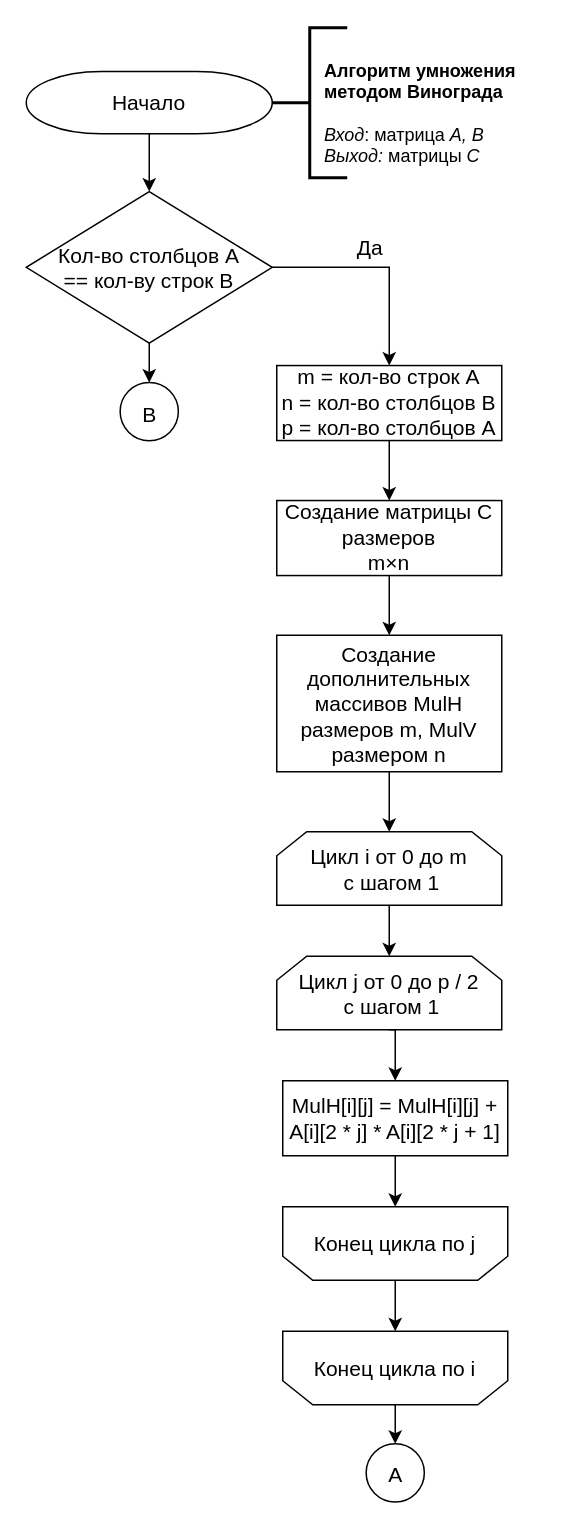
mshsvnv/AlgorithmAnalysis keeps this draw.io diagram as page "Алгоритм Винограда ч.1" (2 of 6) of lab_02/report/schemes/algorithms.drawio. Above is the earlier version. Source tidied: cells renumbered, new cells numbered last; positions are measured from the earlier drawing's top-left corner, leaving out a move shared by most shapes. Both pictures are drawn from the tidied source at 150%, with x=0, y=0 at pixel (26, 27).
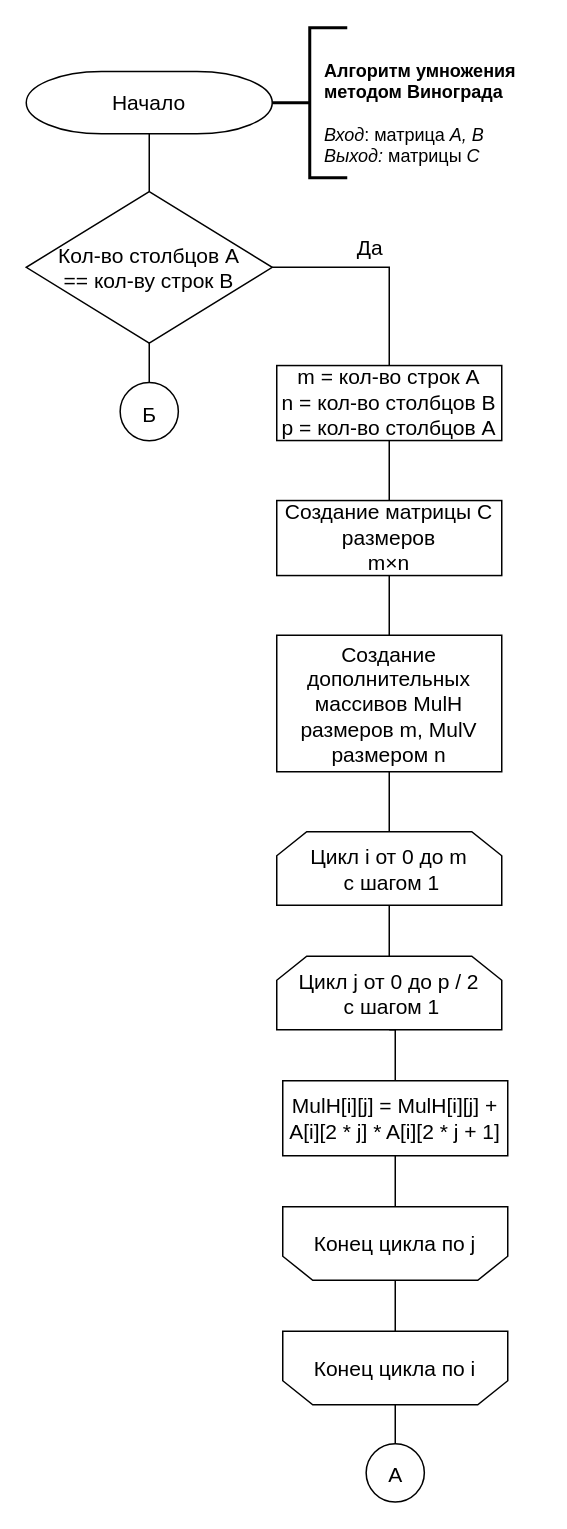
The same diagram, later.

The change refers to these unchanged cells:
```xml
<mxCell id="6" value="&lt;font style=&quot;font-size: 14px;&quot;&gt;Кол-во столбцов A &lt;br&gt;== кол-ву строк B&lt;/font&gt;" style="strokeWidth=1;html=1;shape=mxgraph.flowchart.decision;whiteSpace=wrap;rounded=0;fontSize=11;" parent="1" vertex="1">
  <mxGeometry y="109.2" width="164" height="101" as="geometry" />
</mxCell>
<mxCell id="8" value="&lt;font style=&quot;font-size: 14px;&quot;&gt;Начало&lt;/font&gt;" style="strokeWidth=1;html=1;shape=mxgraph.flowchart.terminator;whiteSpace=wrap;" parent="1" vertex="1">
  <mxGeometry y="29.2" width="164" height="41.5" as="geometry" />
</mxCell>
<mxCell id="10" value="&lt;font style=&quot;font-size: 14px;&quot;&gt;Создание матрицы С размеров &lt;br&gt;m×n&lt;br&gt;&lt;/font&gt;" style="rounded=0;whiteSpace=wrap;html=1;absoluteArcSize=1;arcSize=14;strokeWidth=1;" parent="1" vertex="1">
  <mxGeometry x="167" y="315.2" width="150" height="50" as="geometry" />
</mxCell>
<mxCell id="13" value="&lt;font style=&quot;font-size: 14px;&quot;&gt;m = кол-во строк A&lt;br&gt;n = кол-во столбцов B&lt;br&gt;p = кол-во столбцов A&lt;br&gt;&lt;/font&gt;" style="rounded=0;whiteSpace=wrap;html=1;absoluteArcSize=1;arcSize=14;strokeWidth=1;" parent="1" vertex="1">
  <mxGeometry x="167" y="225.2" width="150" height="50" as="geometry" />
</mxCell>
<mxCell id="15" value="&lt;font style=&quot;font-size: 14px;&quot;&gt;Создание дополнительных массивов MulH размеров m, MulV размером n&lt;br&gt;&lt;/font&gt;" style="rounded=0;whiteSpace=wrap;html=1;absoluteArcSize=1;arcSize=14;strokeWidth=1;" parent="1" vertex="1">
  <mxGeometry x="167" y="405" width="150" height="91" as="geometry" />
</mxCell>
<mxCell id="17" value="&lt;font style=&quot;font-size: 14px;&quot;&gt;Цикл i от 0 до m&lt;br&gt;&amp;nbsp;с шагом 1&lt;br&gt;&lt;/font&gt;" style="shape=loopLimit;whiteSpace=wrap;html=1;" parent="1" vertex="1">
  <mxGeometry x="167" y="536" width="150" height="49" as="geometry" />
</mxCell>
<mxCell id="19" value="&lt;font style=&quot;font-size: 14px;&quot;&gt;Цикл j от 0 до p / 2&lt;br&gt;&amp;nbsp;с шагом 1&lt;br&gt;&lt;/font&gt;" style="shape=loopLimit;whiteSpace=wrap;html=1;" parent="1" vertex="1">
  <mxGeometry x="167" y="619" width="150" height="49" as="geometry" />
</mxCell>
<mxCell id="21" value="&lt;font style=&quot;font-size: 14px;&quot;&gt;&amp;nbsp;MulH[i][j] = MulH[i][j] +&amp;nbsp;&lt;br&gt;A[i][2 * j] * A[i][2 * j + 1]&lt;/font&gt;" style="rounded=0;whiteSpace=wrap;html=1;absoluteArcSize=1;arcSize=14;strokeWidth=1;" parent="1" vertex="1">
  <mxGeometry x="171" y="702" width="150" height="50" as="geometry" />
</mxCell>
<mxCell id="23" value="&lt;font style=&quot;font-size: 14px;&quot;&gt;Конец цикла по j&lt;/font&gt;" style="shape=loopLimit;whiteSpace=wrap;html=1;flipV=1;" parent="1" vertex="1">
  <mxGeometry x="171" y="786" width="150" height="49" as="geometry" />
</mxCell>
<mxCell id="25" value="&lt;font style=&quot;font-size: 14px;&quot;&gt;Конец цикла по i&lt;/font&gt;" style="shape=loopLimit;whiteSpace=wrap;html=1;flipV=1;" parent="1" vertex="1">
  <mxGeometry x="171" y="869" width="150" height="49" as="geometry" />
</mxCell>
<mxCell id="27" value="&lt;font style=&quot;font-size: 14px;&quot; face=&quot;Helvetica&quot;&gt;A&lt;/font&gt;" style="ellipse;whiteSpace=wrap;html=1;hachureGap=4;fontFamily=Architects Daughter;fontSize=20;" parent="1" vertex="1">
  <mxGeometry x="226.6" y="944" width="38.8" height="38.8" as="geometry" />
</mxCell>
```

Diff of the diagram source:
```diff
@@
-    <mxCell id="3" style="edgeStyle=orthogonalEdgeStyle;rounded=0;hachureGap=4;jettySize=auto;html=1;exitX=1;exitY=0.5;exitDx=0;exitDy=0;exitPerimeter=0;fontFamily=Architects Daughter;fontSize=16;" parent="1" edge="1" source="6" target="13">
+    <mxCell id="3" style="edgeStyle=orthogonalEdgeStyle;rounded=0;hachureGap=4;jettySize=auto;html=1;exitX=1;exitY=0.5;exitDx=0;exitDy=0;exitPerimeter=0;fontFamily=Architects Daughter;fontSize=16;endArrow=none;endFill=0;" parent="1" edge="1" source="6" target="13">
       <mxGeometry relative="1" as="geometry" />
     </mxCell>
@@
-    <mxCell id="5" style="edgeStyle=orthogonalEdgeStyle;rounded=0;hachureGap=4;jettySize=auto;html=1;fontFamily=Architects Daughter;fontSize=16;" parent="1" edge="1" source="6" target="26">
+    <mxCell id="5" style="edgeStyle=orthogonalEdgeStyle;rounded=0;hachureGap=4;jettySize=auto;html=1;fontFamily=Architects Daughter;fontSize=16;endArrow=none;endFill=0;" parent="1" edge="1" source="6" target="26">
       <mxGeometry relative="1" as="geometry" />
     </mxCell>
@@
-    <mxCell id="7" style="edgeStyle=orthogonalEdgeStyle;rounded=0;hachureGap=4;jettySize=auto;html=1;exitX=0.5;exitY=1;exitDx=0;exitDy=0;exitPerimeter=0;fontFamily=Architects Daughter;fontSize=16;" parent="1" edge="1" source="8" target="6">
+    <mxCell id="7" style="edgeStyle=orthogonalEdgeStyle;rounded=0;hachureGap=4;jettySize=auto;html=1;exitX=0.5;exitY=1;exitDx=0;exitDy=0;exitPerimeter=0;fontFamily=Architects Daughter;fontSize=16;endArrow=none;endFill=0;" parent="1" edge="1" source="8" target="6">
       <mxGeometry relative="1" as="geometry" />
     </mxCell>
@@
-    <mxCell id="9" style="edgeStyle=orthogonalEdgeStyle;rounded=0;hachureGap=4;jettySize=auto;html=1;fontFamily=Architects Daughter;fontSize=16;" parent="1" edge="1" source="10" target="15">
+    <mxCell id="9" style="edgeStyle=orthogonalEdgeStyle;rounded=0;hachureGap=4;jettySize=auto;html=1;fontFamily=Architects Daughter;fontSize=16;endArrow=none;endFill=0;" parent="1" edge="1" source="10" target="15">
       <mxGeometry relative="1" as="geometry" />
     </mxCell>
@@
-    <mxCell id="12" style="edgeStyle=orthogonalEdgeStyle;rounded=0;hachureGap=4;jettySize=auto;html=1;fontFamily=Architects Daughter;fontSize=16;" parent="1" edge="1" source="13" target="10">
+    <mxCell id="12" style="edgeStyle=orthogonalEdgeStyle;rounded=0;hachureGap=4;jettySize=auto;html=1;fontFamily=Architects Daughter;fontSize=16;endArrow=none;endFill=0;" parent="1" edge="1" source="13" target="10">
       <mxGeometry relative="1" as="geometry" />
     </mxCell>
@@
-    <mxCell id="14" style="edgeStyle=orthogonalEdgeStyle;rounded=0;hachureGap=4;jettySize=auto;html=1;fontFamily=Architects Daughter;fontSize=16;shadow=0;" parent="1" edge="1" source="15" target="17">
+    <mxCell id="14" style="edgeStyle=orthogonalEdgeStyle;rounded=0;hachureGap=4;jettySize=auto;html=1;fontFamily=Architects Daughter;fontSize=16;shadow=0;endArrow=none;endFill=0;" parent="1" edge="1" source="15" target="17">
       <mxGeometry relative="1" as="geometry" />
     </mxCell>
@@
-    <mxCell id="16" style="edgeStyle=orthogonalEdgeStyle;rounded=0;hachureGap=4;jettySize=auto;html=1;exitX=0.5;exitY=1;exitDx=0;exitDy=0;fontFamily=Architects Daughter;fontSize=16;shadow=0;" parent="1" edge="1" source="17" target="19">
+    <mxCell id="16" style="edgeStyle=orthogonalEdgeStyle;rounded=0;hachureGap=4;jettySize=auto;html=1;exitX=0.5;exitY=1;exitDx=0;exitDy=0;fontFamily=Architects Daughter;fontSize=16;shadow=0;endArrow=none;endFill=0;" parent="1" edge="1" source="17" target="19">
       <mxGeometry relative="1" as="geometry" />
     </mxCell>
@@
-    <mxCell id="18" style="edgeStyle=orthogonalEdgeStyle;rounded=0;hachureGap=4;jettySize=auto;html=1;exitX=0.5;exitY=1;exitDx=0;exitDy=0;entryX=0.5;entryY=0;entryDx=0;entryDy=0;fontFamily=Architects Daughter;fontSize=16;shadow=0;" parent="1" edge="1" source="19" target="21">
+    <mxCell id="18" style="edgeStyle=orthogonalEdgeStyle;rounded=0;hachureGap=4;jettySize=auto;html=1;exitX=0.5;exitY=1;exitDx=0;exitDy=0;entryX=0.5;entryY=0;entryDx=0;entryDy=0;fontFamily=Architects Daughter;fontSize=16;shadow=0;endArrow=none;endFill=0;" parent="1" edge="1" source="19" target="21">
       <mxGeometry relative="1" as="geometry" />
     </mxCell>
@@
-    <mxCell id="20" style="edgeStyle=orthogonalEdgeStyle;rounded=0;hachureGap=4;jettySize=auto;html=1;exitX=0.5;exitY=1;exitDx=0;exitDy=0;fontFamily=Architects Daughter;fontSize=16;shadow=0;" parent="1" edge="1" source="21" target="23">
+    <mxCell id="20" style="edgeStyle=orthogonalEdgeStyle;rounded=0;hachureGap=4;jettySize=auto;html=1;exitX=0.5;exitY=1;exitDx=0;exitDy=0;fontFamily=Architects Daughter;fontSize=16;shadow=0;endArrow=none;endFill=0;" parent="1" edge="1" source="21" target="23">
       <mxGeometry relative="1" as="geometry" />
     </mxCell>
@@
-    <mxCell id="22" style="edgeStyle=orthogonalEdgeStyle;rounded=0;hachureGap=4;jettySize=auto;html=1;exitX=0.5;exitY=1;exitDx=0;exitDy=0;entryX=0.5;entryY=0;entryDx=0;entryDy=0;fontFamily=Architects Daughter;fontSize=16;shadow=0;" parent="1" edge="1" source="23" target="25">
+    <mxCell id="22" style="edgeStyle=orthogonalEdgeStyle;rounded=0;hachureGap=4;jettySize=auto;html=1;exitX=0.5;exitY=1;exitDx=0;exitDy=0;entryX=0.5;entryY=0;entryDx=0;entryDy=0;fontFamily=Architects Daughter;fontSize=16;shadow=0;endArrow=none;endFill=0;" parent="1" edge="1" source="23" target="25">
       <mxGeometry relative="1" as="geometry" />
     </mxCell>
@@
-    <mxCell id="24" style="edgeStyle=orthogonalEdgeStyle;rounded=0;hachureGap=4;jettySize=auto;html=1;exitX=0.5;exitY=1;exitDx=0;exitDy=0;entryX=0.5;entryY=0;entryDx=0;entryDy=0;fontFamily=Architects Daughter;fontSize=16;shadow=0;" parent="1" edge="1" source="25" target="27">
+    <mxCell id="24" style="edgeStyle=orthogonalEdgeStyle;rounded=0;hachureGap=4;jettySize=auto;html=1;exitX=0.5;exitY=1;exitDx=0;exitDy=0;entryX=0.5;entryY=0;entryDx=0;entryDy=0;fontFamily=Architects Daughter;fontSize=16;shadow=0;endArrow=none;endFill=0;" parent="1" edge="1" source="25" target="27">
       <mxGeometry relative="1" as="geometry" />
     </mxCell>
@@
-    <mxCell id="26" value="&lt;font style=&quot;font-size: 14px;&quot; face=&quot;Helvetica&quot;&gt;B&lt;/font&gt;" style="ellipse;whiteSpace=wrap;html=1;hachureGap=4;fontFamily=Architects Daughter;fontSize=20;" parent="1" vertex="1">
+    <mxCell id="26" value="&lt;font style=&quot;font-size: 14px;&quot; face=&quot;Helvetica&quot;&gt;Б&lt;/font&gt;" style="ellipse;whiteSpace=wrap;html=1;hachureGap=4;fontFamily=Architects Daughter;fontSize=20;" parent="1" vertex="1">
       <mxGeometry x="62.6" y="236.5" width="38.8" height="38.8" as="geometry" />
     </mxCell>
```
